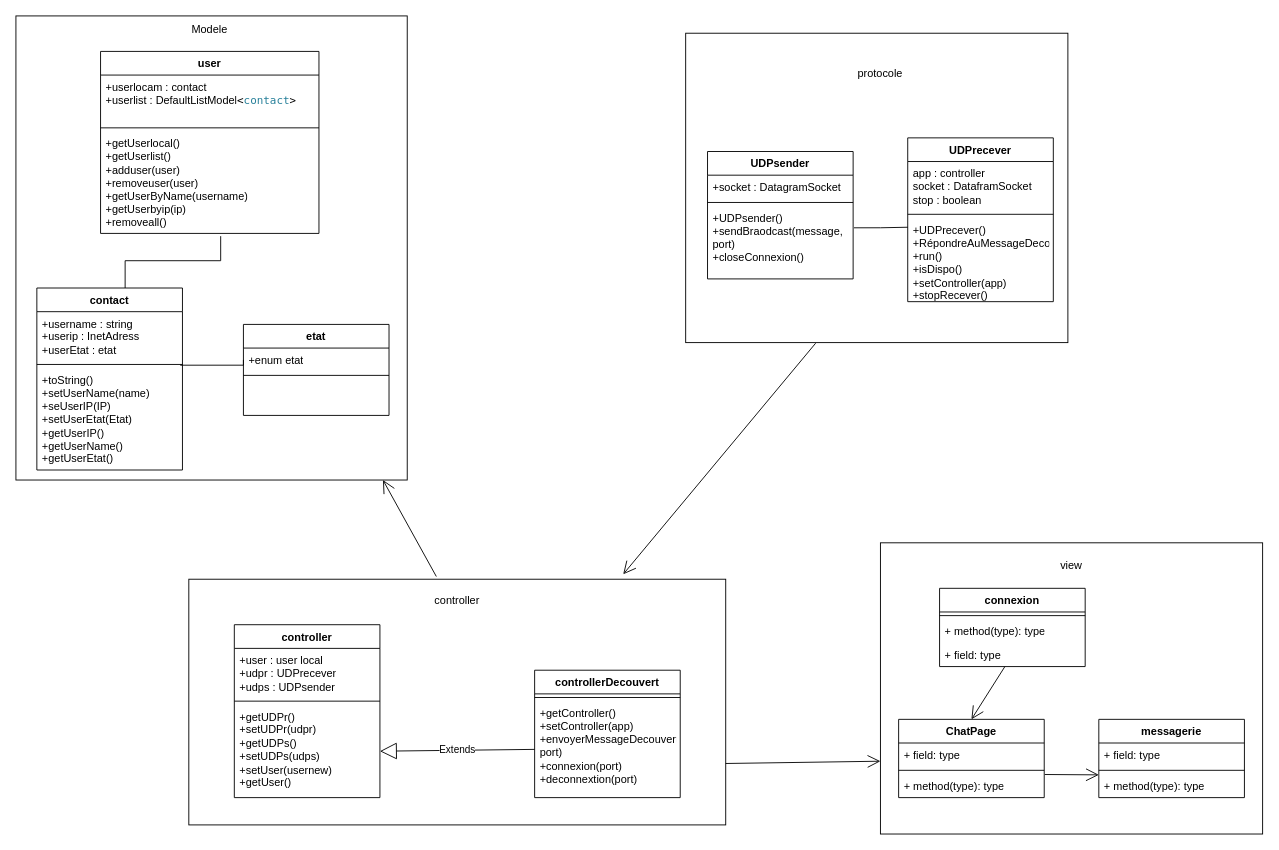
Above: doc/uml/chatsystem MVC.drawio in yzhan2911/chatsysteme (draw.io), before the change. Source tidied: cells renumbered, new cells numbered last; positions are measured from the earlier drawing's top-left corner, leaving out a move shared by most shapes. Both pictures are drawn from the tidied source at 91%, with x=0, y=0 at pixel (15, 15).
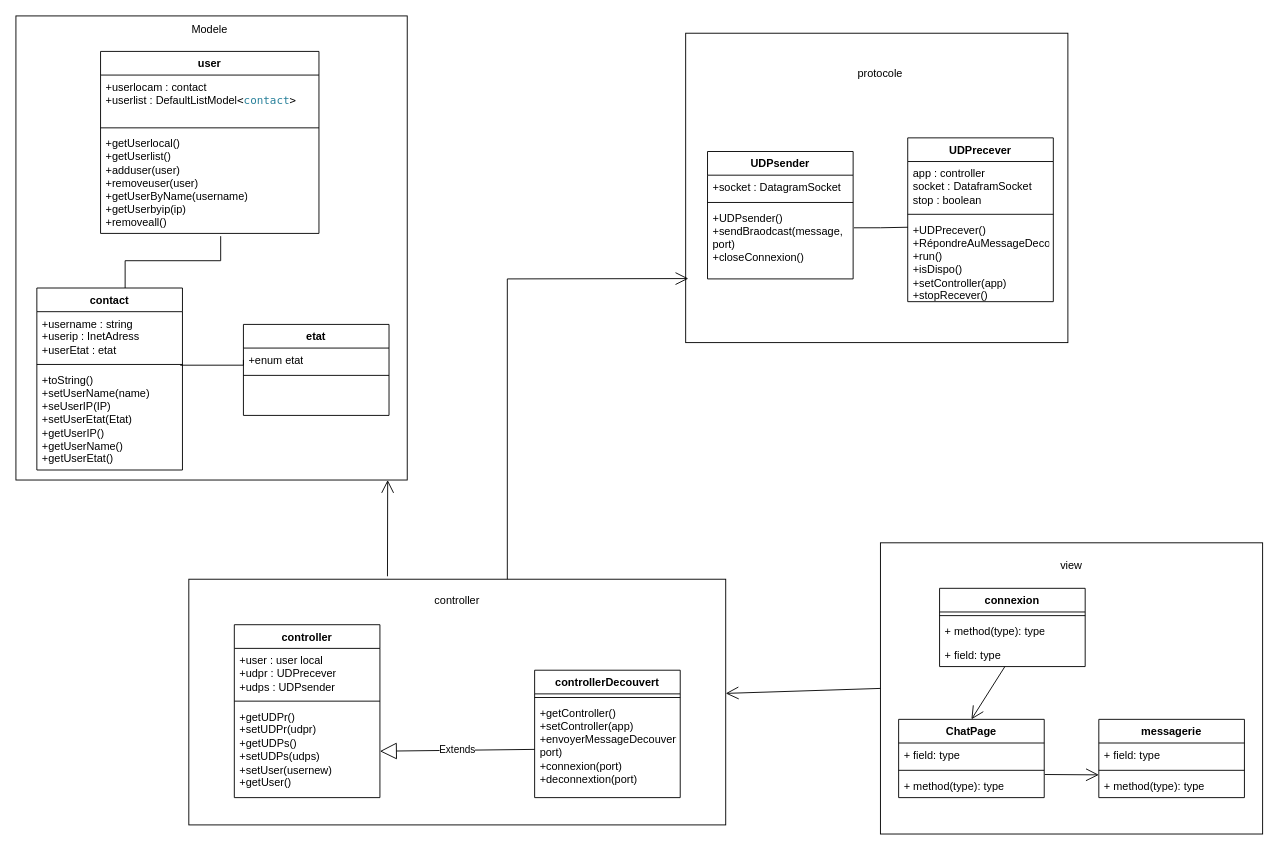
Above is the later version.

Unchanged cells that the change refers to:
```xml
<mxCell id="2" style="rounded=0;whiteSpace=wrap;html=1;" parent="1" vertex="1">
  <mxGeometry width="430" height="510" as="geometry" />
</mxCell>
<mxCell id="4" style="rounded=0;whiteSpace=wrap;html=1;" parent="1" vertex="1">
  <mxGeometry x="736" y="19" width="420" height="340" as="geometry" />
</mxCell>
<mxCell id="6" style="rounded=0;whiteSpace=wrap;html=1;" parent="1" vertex="1">
  <mxGeometry x="190" y="619" width="590" height="270" as="geometry" />
</mxCell>
<mxCell id="38" style="rounded=0;whiteSpace=wrap;html=1;" parent="1" vertex="1">
  <mxGeometry x="950" y="579" width="420" height="320" as="geometry" />
</mxCell>
```

What changed in the source:
```diff
@@
-    <mxCell id="55" style="endArrow=open;endFill=1;endSize=12;html=1;rounded=0;exitX=0.461;exitY=-0.011;exitDx=0;exitDy=0;exitPerimeter=0;entryX=0.938;entryY=1;entryDx=0;entryDy=0;entryPerimeter=0;" parent="1" edge="1" source="6" target="2">
+    <mxCell id="55" style="endArrow=open;endFill=1;endSize=12;html=1;rounded=0;exitX=0.37;exitY=-0.012;exitDx=0;exitDy=0;exitPerimeter=0;entryX=0.95;entryY=1;entryDx=0;entryDy=0;entryPerimeter=0;" parent="1" edge="1" source="6" target="2">
       <mxGeometry relative="1" as="geometry" />
     </mxCell>
-    <mxCell id="56" style="endArrow=open;endFill=1;endSize=12;html=1;rounded=0;exitX=0.34;exitY=1.002;exitDx=0;exitDy=0;exitPerimeter=0;entryX=0.809;entryY=-0.02;entryDx=0;entryDy=0;entryPerimeter=0;" parent="1" edge="1" source="4" target="6">
-      <mxGeometry relative="1" as="geometry" />
+    <mxCell id="56" style="endArrow=open;endFill=1;endSize=12;html=1;rounded=0;entryX=0.007;entryY=0.793;entryDx=0;entryDy=0;entryPerimeter=0;" parent="1" edge="1" target="4">
+      <mxGeometry relative="1" as="geometry">
+        <mxPoint x="540" y="619" as="sourcePoint" />
+        <Array as="points">
+          <mxPoint x="540" y="289" />
+        </Array>
+      </mxGeometry>
     </mxCell>
-    <mxCell id="57" style="endArrow=open;endFill=1;endSize=12;html=1;rounded=0;exitX=1;exitY=0.75;exitDx=0;exitDy=0;entryX=0;entryY=0.75;entryDx=0;entryDy=0;" parent="1" edge="1" source="6" target="38">
+    <mxCell id="57" style="endArrow=open;endFill=1;endSize=12;html=1;rounded=0;exitX=0;exitY=0.5;exitDx=0;exitDy=0;" parent="1" edge="1" source="38" target="6">
       <mxGeometry relative="1" as="geometry" />
     </mxCell>
```
